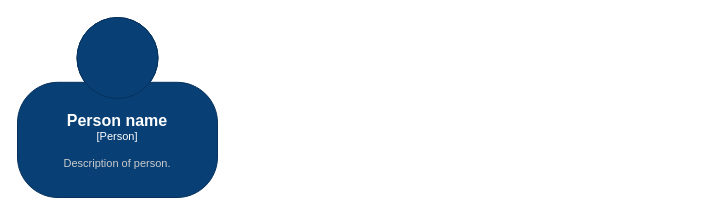
Michelyserras/Projetos keeps this draw.io diagram as page "Nível 1" (1 of 3) of Projeto_2_Biblioteca/ModelagemmC4.drawio. Above is the earlier version. Source tidied: cells renumbered, new cells numbered last; positions are measured from the earlier drawing's top-left corner, leaving out a move shared by most shapes. Both pictures are drawn from the tidied source at 100%, with x=0, y=0 at pixel (17, 17).
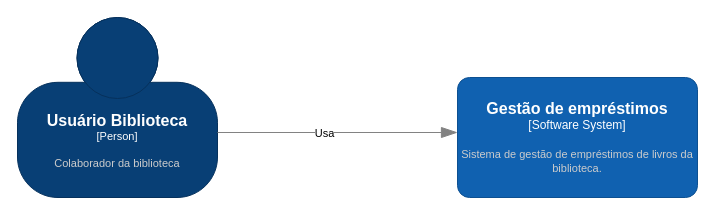
The same page after the edit.

Diff of the diagram source:
```diff
@@
 <mxGraphModel>
   <root>
     <mxCell id="0" />
     <mxCell id="1" parent="0" />
-    <object id="2" label="&lt;font style=&quot;font-size: 16px&quot;&gt;&lt;b&gt;%c4Name%&lt;/b&gt;&lt;/font&gt;&lt;div&gt;[%c4Type%]&lt;/div&gt;&lt;br&gt;&lt;div&gt;&lt;font style=&quot;font-size: 11px&quot;&gt;&lt;font color=&quot;#cccccc&quot;&gt;%c4Description%&lt;/font&gt;&lt;/div&gt;" c4Description="Description of person." c4Name="Person name" c4Type="Person" placeholders="1">
+    <object id="2" label="&lt;font style=&quot;font-size: 16px&quot;&gt;&lt;b&gt;%c4Name%&lt;/b&gt;&lt;/font&gt;&lt;div&gt;[%c4Type%]&lt;/div&gt;&lt;br&gt;&lt;div&gt;&lt;font style=&quot;font-size: 11px&quot;&gt;&lt;font color=&quot;#cccccc&quot;&gt;%c4Description%&lt;/font&gt;&lt;/div&gt;" c4Description="Colaborador da biblioteca" c4Name="Usuário Biblioteca" c4Type="Person" placeholders="1">
       <mxCell style="html=1;fontSize=11;dashed=0;whiteSpace=wrap;fillColor=#083F75;strokeColor=#06315C;fontColor=#ffffff;shape=mxgraph.c4.person2;align=center;" parent="1" vertex="1">
         <mxGeometry width="200" height="180" as="geometry" />
       </mxCell>
     </object>
+    <mxCell id="3" style="endArrow=blockThin;html=1;fontSize=10;fontColor=#404040;strokeWidth=1;endFill=1;strokeColor=#828282;elbow=vertical;endSize=14;startSize=14;jumpStyle=arc;jumpSize=16;rounded=0;edgeStyle=orthogonalEdgeStyle;" parent="1" edge="1">
+      <mxGeometry relative="1" as="geometry">
+        <mxPoint x="200" y="115" as="sourcePoint" />
+        <mxPoint x="440" y="115" as="targetPoint" />
+      </mxGeometry>
+    </mxCell>
+    <mxCell id="4" value="Usa" style="edgeLabel;html=1;align=center;verticalAlign=middle;" parent="3" vertex="1">
+      <mxGeometry x="-0.12" relative="1" as="geometry" />
+    </mxCell>
+    <object id="5" label="&lt;font style=&quot;font-size: 16px&quot;&gt;&lt;b&gt;%c4Name%&lt;/b&gt;&lt;/font&gt;&lt;div&gt;[%c4Type%]&lt;/div&gt;&lt;br&gt;&lt;div&gt;&lt;font style=&quot;font-size: 11px&quot;&gt;&lt;font color=&quot;#cccccc&quot;&gt;%c4Description%&lt;/font&gt;&lt;/div&gt;" c4Description="Sistema de gestão de empréstimos de livros da biblioteca." c4Name="Gestão de empréstimos" c4Type="Software System" placeholders="1">
+      <mxCell style="rounded=1;whiteSpace=wrap;html=1;labelBackgroundColor=none;fillColor=#1061B0;fontColor=#ffffff;align=center;arcSize=10;strokeColor=#0D5091;" parent="1" vertex="1">
+        <mxGeometry x="440" y="60" width="240" height="120" as="geometry" />
+      </mxCell>
+    </object>
   </root>
 </mxGraphModel>
```
